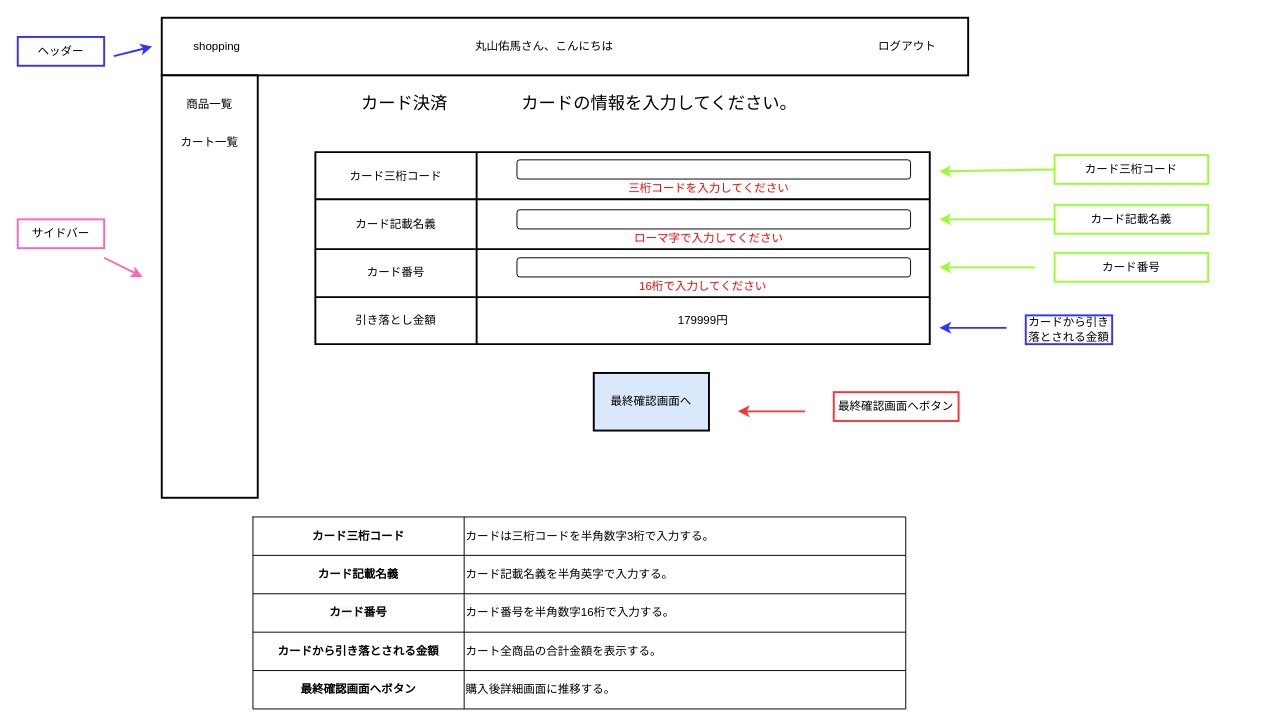
Before: page "決済画面" (6 of 33) of src/main/resources/templates/shopping/Untitled Diagram.drawio in YumaMaruyama/ITworksTRYshopping, a draw.io diagram. Source tidied: cells renumbered, new cells numbered last; positions are measured from the earlier drawing's top-left corner, leaving out a move shared by most shapes. Both pictures are drawn from the tidied source at 96%, with x=0, y=0 at pixel (17, 17).
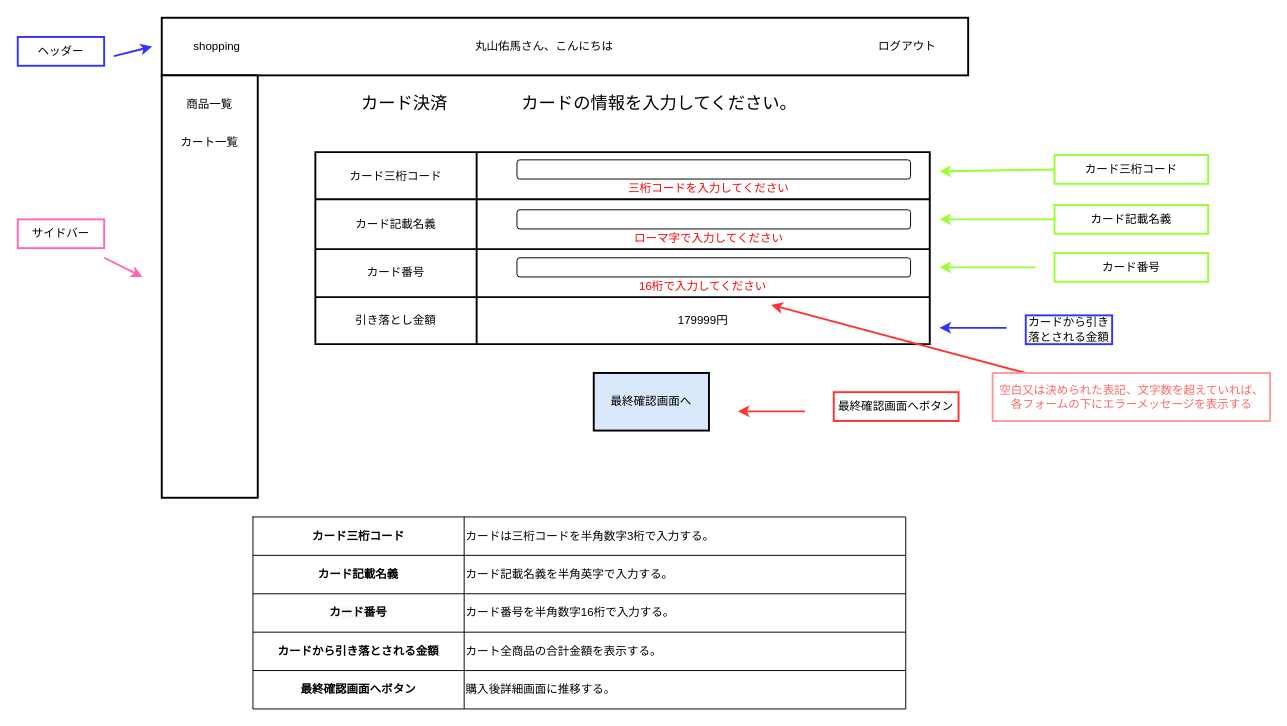
The same diagram, later.

The edit, as a diff of the source:
```diff
@@
+    <mxCell id="57" style="endArrow=classic;html=1;strokeColor=#FF3333;strokeWidth=2;entryX=0.697;entryY=1.306;entryDx=0;entryDy=0;entryPerimeter=0;" parent="1" edge="1">
+      <mxGeometry relative="1" as="geometry">
+        <mxPoint x="1050" y="370" as="sourcePoint" />
+        <mxPoint x="784.8" y="299.1" as="targetPoint" />
+      </mxGeometry>
+    </mxCell>
+    <mxCell id="58" value="&lt;font color=&quot;#ff6666&quot;&gt;空白又は決められた表記、文字数を超えていれば、&lt;br&gt;各フォームの下にエラーメッセージを表示する&lt;br&gt;&lt;/font&gt;" style="rounded=0;whiteSpace=wrap;html=1;fontColor=#FFE6CC;strokeColor=#FF9999;strokeWidth=2;" parent="1" vertex="1">
+      <mxGeometry x="1015.5" y="370" width="289" height="50" as="geometry" />
+    </mxCell>
```
